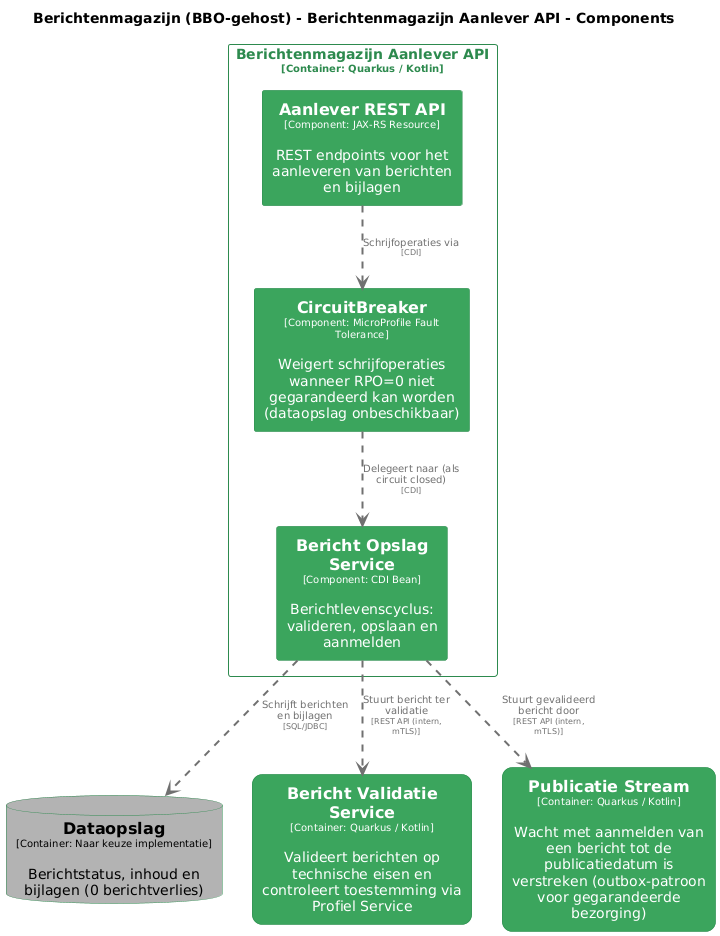
Above: master/png/AanleverAPIComponenten.png in MinBZK/moza-poc-fbs-berichtenbox (PlantUML), before the change.
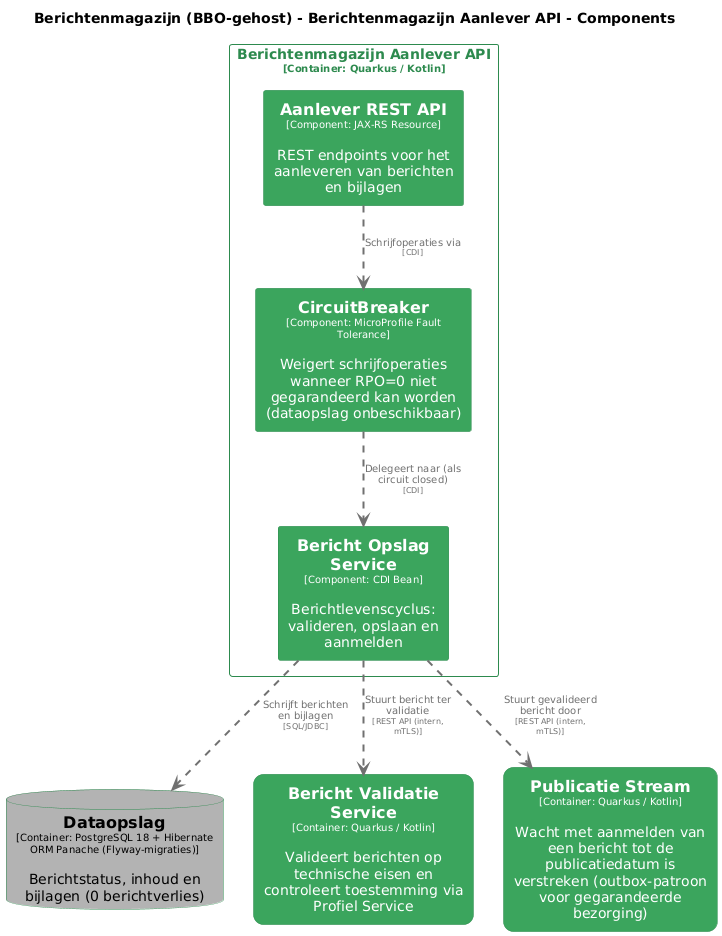
The same file after the commit.

The edit, as a diff of the source:
```diff
@@ -59,7 +59,7 @@
   shadowing false
 }
 
-database "==Dataopslag\n<size:10>[Container: Naar keuze implementatie]</size>\n\nBerichtstatus, inhoud en bijlagen (0 berichtverlies)" <<BerichtenmagazijnBBOgehost.Dataopslag>> as BerichtenmagazijnBBOgehost.Dataopslag
+database "==Dataopslag\n<size:10>[Container: PostgreSQL 18 + Hibernate ORM Panache (Flyway-migraties)]</size>\n\nBerichtstatus, inhoud en bijlagen (0 berichtverlies)" <<BerichtenmagazijnBBOgehost.Dataopslag>> as BerichtenmagazijnBBOgehost.Dataopslag
 rectangle "==Bericht Validatie Service\n<size:10>[Container: Quarkus / Kotlin]</size>\n\nValideert berichten op technische eisen en controleert toestemming via Profiel Service" <<BerichtenmagazijnBBOgehost.BerichtValidatieService>> as BerichtenmagazijnBBOgehost.BerichtValidatieService
 rectangle "==Publicatie Stream\n<size:10>[Container: Quarkus / Kotlin]</size>\n\nWacht met aanmelden van een bericht tot de publicatiedatum is verstreken (outbox-patroon voor gegarandeerde bezorging)" <<BerichtenmagazijnBBOgehost.PublicatieStream>> as BerichtenmagazijnBBOgehost.PublicatieStream
 
```
